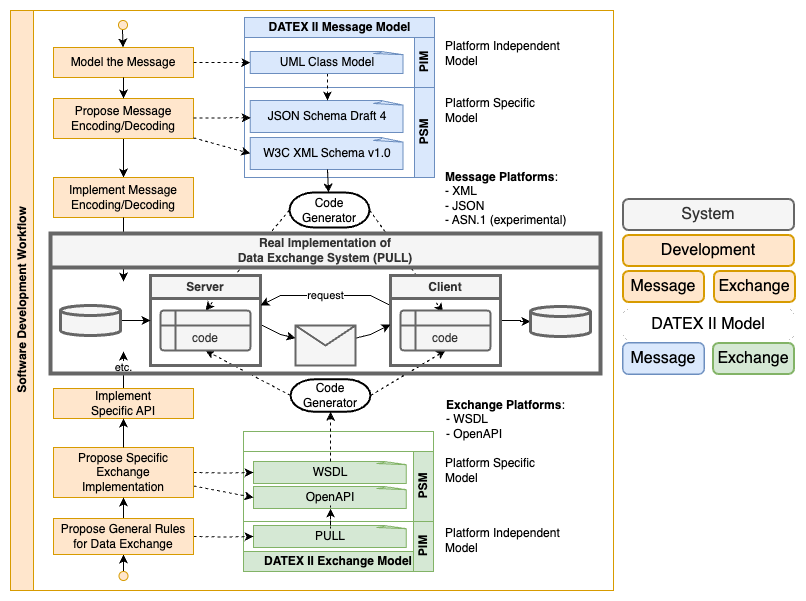
This is diagrams/d2-models/d2-models.drawio.png from DATEX-II-EU/2023-webinar2, a draw.io export, as it was before one commit. Source tidied: cells renumbered, new cells last; positions are measured from the earlier drawing's top-left corner, leaving out a move shared by most shapes.
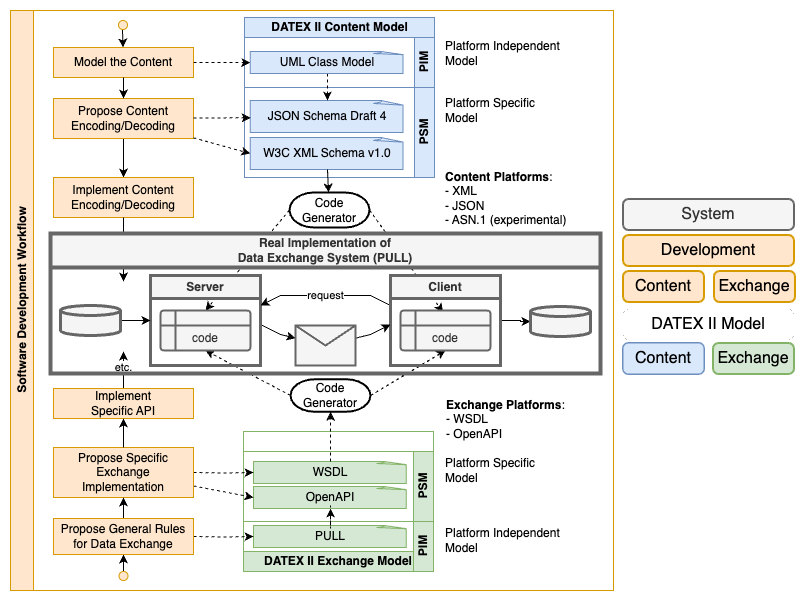
After the commit.

Commit message:
diagram/d2-models: message->content

What changed in the source:
```diff
@@ -2,13 +2,13 @@
   <root>
     <mxCell id="0" />
     <mxCell id="1" value="toggles" parent="0" />
-    <mxCell id="2" value="Message" style="html=1;shadow=0;dashed=0;shape=mxgraph.bootstrap.rrect;rSize=5;strokeColor=#d79b00;strokeWidth=3;fillColor=#ffe6cc;whiteSpace=wrap;align=center;verticalAlign=middle;spacingLeft=0;fontStyle=1;fontSize=16;spacing=5;" parent="1" vertex="1">
+    <mxCell id="2" value="Content" style="html=1;shadow=0;dashed=0;shape=mxgraph.bootstrap.rrect;rSize=5;strokeColor=#d79b00;strokeWidth=3;fillColor=#ffe6cc;whiteSpace=wrap;align=center;verticalAlign=middle;spacingLeft=0;fontStyle=1;fontSize=16;spacing=5;" parent="1" vertex="1">
       <mxGeometry x="613" y="261" width="80" height="30" as="geometry" />
     </mxCell>
     <mxCell id="3" value="Exchange" style="html=1;shadow=0;dashed=0;shape=mxgraph.bootstrap.rrect;rSize=5;strokeColor=#d79b00;strokeWidth=3;fillColor=#ffe6cc;whiteSpace=wrap;align=center;verticalAlign=middle;spacingLeft=0;fontStyle=1;fontSize=16;spacing=5;" parent="1" vertex="1">
       <mxGeometry x="704" y="261" width="80" height="30" as="geometry" />
     </mxCell>
-    <mxCell id="4" value="Message" style="html=1;shadow=0;dashed=0;shape=mxgraph.bootstrap.rrect;rSize=5;strokeColor=#6c8ebf;strokeWidth=3;fillColor=#dae8fc;whiteSpace=wrap;align=center;verticalAlign=middle;spacingLeft=0;fontStyle=1;fontSize=16;spacing=5;" parent="1" vertex="1">
+    <mxCell id="4" value="Content" style="html=1;shadow=0;dashed=0;shape=mxgraph.bootstrap.rrect;rSize=5;strokeColor=#6c8ebf;strokeWidth=3;fillColor=#dae8fc;whiteSpace=wrap;align=center;verticalAlign=middle;spacingLeft=0;fontStyle=1;fontSize=16;spacing=5;" parent="1" vertex="1">
       <mxGeometry x="613" y="333" width="80" height="30" as="geometry" />
     </mxCell>
     <mxCell id="5" value="Exchange" style="html=1;shadow=0;dashed=0;shape=mxgraph.bootstrap.rrect;rSize=5;strokeColor=#82b366;strokeWidth=3;fillColor=#d5e8d4;whiteSpace=wrap;align=center;verticalAlign=middle;spacingLeft=0;fontStyle=1;fontSize=16;spacing=5;" parent="1" vertex="1">
@@ -23,6 +23,18 @@
     <mxCell id="8" value="DATEX II Model" style="html=1;shadow=0;dashed=0;shape=mxgraph.bootstrap.rrect;rSize=5;strokeWidth=0;whiteSpace=wrap;align=center;verticalAlign=middle;spacingLeft=0;fontStyle=0;fontSize=16;spacing=5;" parent="1" vertex="1">
       <mxGeometry x="613" y="299" width="170" height="30" as="geometry" />
     </mxCell>
+    <mxCell id="90" parent="0" />
+    <mxCell id="91" style="edgeStyle=none;rounded=0;orthogonalLoop=1;jettySize=auto;html=1;exitX=0.5;exitY=1;exitDx=0;exitDy=0;exitPerimeter=0;" parent="90" edge="1">
+      <mxGeometry relative="1" as="geometry">
+        <mxPoint x="320" y="401.2" as="sourcePoint" />
+        <mxPoint x="320" y="401.2" as="targetPoint" />
+      </mxGeometry>
+    </mxCell>
+    <mxCell id="92" style="edgeStyle=orthogonalEdgeStyle;rounded=0;orthogonalLoop=1;jettySize=auto;html=1;exitX=0.5;exitY=1;exitDx=0;exitDy=0;exitPerimeter=0;entryX=0.5;entryY=0;entryDx=0;entryDy=0;entryPerimeter=0;dashed=1;" parent="90" edge="1">
+      <mxGeometry relative="1" as="geometry">
+        <mxPoint x="315" y="182" as="targetPoint" />
+      </mxGeometry>
+    </mxCell>
     <mxCell id="9" value="d2-exchange-model" parent="0" />
     <mxCell id="10" value="DATEX II Exchange Model" style="swimlane;html=1;horizontal=1;startSize=20;whiteSpace=wrap;flipV=1;flipH=0;fillColor=#d5e8d4;strokeColor=#82b366;" parent="9" vertex="1">
       <mxGeometry x="233" y="421" width="190" height="140" as="geometry" />
@@ -45,14 +57,14 @@
     <mxCell id="16" value="Platform&amp;nbsp;Specific&lt;br&gt;Model" style="text;html=1;align=left;verticalAlign=middle;strokeColor=none;fillColor=none;" parent="9" vertex="1">
       <mxGeometry x="433" y="440" width="110" height="40" as="geometry" />
     </mxCell>
-    <mxCell id="17" value="d2-message-model" parent="0" />
+    <mxCell id="93" value="d2-content-model" parent="0" />
-    <mxCell id="18" value="&lt;b&gt;Message Platforms&lt;/b&gt;:&lt;br&gt;- XML&lt;br&gt;- JSON&lt;br&gt;- ASN.1 (experimental)" style="text;html=1;align=left;verticalAlign=middle;strokeColor=none;fillColor=none;" parent="17" vertex="1">
+    <mxCell id="18" value="&lt;b&gt;Content Platforms&lt;/b&gt;:&lt;br&gt;- XML&lt;br&gt;- JSON&lt;br&gt;- ASN.1 (experimental)" style="text;html=1;align=left;verticalAlign=middle;strokeColor=none;fillColor=none;" parent="93" vertex="1">
       <mxGeometry x="433" y="153" width="140" height="70" as="geometry" />
     </mxCell>
-    <mxCell id="19" style="group;flipH=1;fillColor=none;strokeColor=#6c8ebf;" parent="17" vertex="1">
+    <mxCell id="19" style="group;flipH=1;fillColor=none;strokeColor=#6c8ebf;" parent="93" vertex="1">
       <mxGeometry x="234" y="7" width="190" height="160" as="geometry" />
     </mxCell>
-    <mxCell id="20" value="DATEX II Message Model" style="swimlane;horizontal=1;startSize=20;html=1;fillColor=#dae8fc;strokeColor=#6c8ebf;" parent="19" vertex="1">
+    <mxCell id="20" value="DATEX II Content Model" style="swimlane;horizontal=1;startSize=20;html=1;fillColor=#dae8fc;strokeColor=#6c8ebf;" parent="19" vertex="1">
       <mxGeometry width="190" height="70" as="geometry" />
     </mxCell>
     <mxCell id="21" value="PSM" style="swimlane;startSize=20;horizontal=0;html=1;flipH=1;fillColor=#dae8fc;strokeColor=#6c8ebf;" parent="19" vertex="1">
@@ -61,13 +73,13 @@
     <mxCell id="22" value="PIM" style="swimlane;startSize=20;horizontal=0;html=1;flipH=1;fillColor=#dae8fc;strokeColor=#6c8ebf;" parent="19" vertex="1">
       <mxGeometry y="20" width="190" height="50" as="geometry" />
     </mxCell>
-    <mxCell id="23" value="Message" style="html=1;shadow=0;dashed=0;shape=mxgraph.bootstrap.rrect;rSize=5;strokeColor=#6c8ebf;strokeWidth=0;fillColor=#dae8fc;whiteSpace=wrap;align=center;verticalAlign=middle;spacingLeft=0;fontStyle=0;fontSize=16;spacing=5;" parent="17" vertex="1">
+    <mxCell id="23" value="Content" style="html=1;shadow=0;dashed=0;shape=mxgraph.bootstrap.rrect;rSize=5;strokeColor=#6c8ebf;strokeWidth=0;fillColor=#dae8fc;whiteSpace=wrap;align=center;verticalAlign=middle;spacingLeft=0;fontStyle=0;fontSize=16;spacing=5;" parent="93" vertex="1">
       <mxGeometry x="613" y="333" width="80" height="30" as="geometry" />
     </mxCell>
-    <mxCell id="24" value="Platform&amp;nbsp;Specific&lt;br&gt;Model" style="text;html=1;align=left;verticalAlign=middle;strokeColor=none;fillColor=none;" parent="17" vertex="1">
+    <mxCell id="24" value="Platform&amp;nbsp;Specific&lt;br&gt;Model" style="text;html=1;align=left;verticalAlign=middle;strokeColor=none;fillColor=none;" parent="93" vertex="1">
       <mxGeometry x="433" y="80" width="110" height="40" as="geometry" />
     </mxCell>
-    <mxCell id="25" value="Platform Independent&lt;br&gt;Model" style="text;html=1;align=left;verticalAlign=middle;strokeColor=none;fillColor=none;" parent="17" vertex="1">
+    <mxCell id="25" value="Platform Independent&lt;br&gt;Model" style="text;html=1;align=left;verticalAlign=middle;strokeColor=none;fillColor=none;" parent="93" vertex="1">
       <mxGeometry x="433" y="23" width="140" height="40" as="geometry" />
     </mxCell>
     <mxCell id="26" value="development-exchange" parent="0" />
@@ -149,91 +161,91 @@
     <mxCell id="47" value="Exchange" style="html=1;shadow=0;dashed=0;shape=mxgraph.bootstrap.rrect;rSize=5;strokeColor=#d79b00;strokeWidth=1;fillColor=#ffe6cc;whiteSpace=wrap;align=center;verticalAlign=middle;spacingLeft=0;fontStyle=0;fontSize=16;spacing=5;" parent="26" vertex="1">
       <mxGeometry x="704" y="261" width="80" height="30" as="geometry" />
     </mxCell>
-    <mxCell id="48" value="development-message-model" parent="0" />
+    <mxCell id="94" value="development-content-model" parent="0" />
-    <mxCell id="49" style="edgeStyle=none;rounded=0;jettySize=auto;html=1;dashed=1;entryX=0.472;entryY=0.042;entryDx=0;entryDy=0;entryPerimeter=0;exitX=1;exitY=0.5;exitDx=0;exitDy=0;exitPerimeter=0;" parent="48" edge="1" source="51">
+    <mxCell id="49" style="edgeStyle=none;rounded=0;jettySize=auto;html=1;dashed=1;entryX=0.472;entryY=0.042;entryDx=0;entryDy=0;entryPerimeter=0;exitX=1;exitY=0.5;exitDx=0;exitDy=0;exitPerimeter=0;" parent="94" edge="1" source="51">
       <mxGeometry relative="1" as="geometry">
         <mxPoint x="432.5" y="301.7" as="targetPoint" />
       </mxGeometry>
     </mxCell>
-    <mxCell id="50" style="edgeStyle=none;rounded=0;jettySize=auto;html=1;dashed=1;entryX=0.5;entryY=0;entryDx=0;entryDy=0;exitX=0;exitY=0.5;exitDx=0;exitDy=0;exitPerimeter=0;" parent="48" edge="1" source="51">
+    <mxCell id="50" style="edgeStyle=none;rounded=0;jettySize=auto;html=1;dashed=1;entryX=0.5;entryY=0;entryDx=0;entryDy=0;exitX=0;exitY=0.5;exitDx=0;exitDy=0;exitPerimeter=0;" parent="94" edge="1" source="51">
       <mxGeometry relative="1" as="geometry">
         <mxPoint x="195" y="300" as="targetPoint" />
       </mxGeometry>
     </mxCell>
-    <mxCell id="51" value="Code&lt;br&gt;Generator" style="strokeWidth=2;html=1;shape=mxgraph.flowchart.terminator;whiteSpace=wrap;" parent="48" vertex="1">
+    <mxCell id="51" value="Code&lt;br&gt;Generator" style="strokeWidth=2;html=1;shape=mxgraph.flowchart.terminator;whiteSpace=wrap;" parent="94" vertex="1">
       <mxGeometry x="279" y="182" width="80" height="35" as="geometry" />
     </mxCell>
-    <mxCell id="52" value="JSON Schema Draft 4" style="whiteSpace=wrap;html=1;shape=mxgraph.basic.document;fillColor=#dae8fc;strokeColor=#6c8ebf;" parent="48" vertex="1">
+    <mxCell id="52" value="JSON Schema Draft 4" style="whiteSpace=wrap;html=1;shape=mxgraph.basic.document;fillColor=#dae8fc;strokeColor=#6c8ebf;" parent="94" vertex="1">
       <mxGeometry x="239.8" y="90" width="154.2" height="32" as="geometry" />
     </mxCell>
-    <mxCell id="53" value="W3C XML Schema v1.0" style="whiteSpace=wrap;html=1;shape=mxgraph.basic.document;fillColor=#dae8fc;strokeColor=#6c8ebf;" parent="48" vertex="1">
+    <mxCell id="53" value="W3C XML Schema v1.0" style="whiteSpace=wrap;html=1;shape=mxgraph.basic.document;fillColor=#dae8fc;strokeColor=#6c8ebf;" parent="94" vertex="1">
       <mxGeometry x="239.8" y="127" width="154.2" height="32" as="geometry" />
     </mxCell>
-    <mxCell id="54" style="edgeStyle=orthogonalEdgeStyle;rounded=0;jettySize=auto;html=1;dashed=1;" parent="48" edge="1" source="55">
+    <mxCell id="54" style="edgeStyle=orthogonalEdgeStyle;rounded=0;jettySize=auto;html=1;dashed=1;" parent="94" edge="1" source="55">
       <mxGeometry relative="1" as="geometry">
         <mxPoint x="317" y="90" as="targetPoint" />
       </mxGeometry>
     </mxCell>
-    <mxCell id="55" value="UML Class Model" style="whiteSpace=wrap;html=1;shape=mxgraph.basic.document;fillColor=#dae8fc;strokeColor=#6c8ebf;" parent="48" vertex="1">
+    <mxCell id="55" value="UML Class Model" style="whiteSpace=wrap;html=1;shape=mxgraph.basic.document;fillColor=#dae8fc;strokeColor=#6c8ebf;" parent="94" vertex="1">
       <mxGeometry x="239.8" y="41" width="154.2" height="22" as="geometry" />
     </mxCell>
-    <mxCell id="56" style="edgeStyle=none;rounded=0;jettySize=auto;html=1;" parent="48" edge="1" target="57">
+    <mxCell id="56" style="edgeStyle=none;rounded=0;jettySize=auto;html=1;" parent="94" edge="1" target="57">
       <mxGeometry relative="1" as="geometry">
         <mxPoint x="112" y="19" as="sourcePoint" />
       </mxGeometry>
     </mxCell>
-    <mxCell id="57" value="Model the Message" style="rounded=0;whiteSpace=wrap;html=1;fillColor=#ffe6cc;strokeColor=#d79b00;" parent="48" vertex="1">
+    <mxCell id="57" value="Model the Content" style="rounded=0;whiteSpace=wrap;html=1;fillColor=#ffe6cc;strokeColor=#d79b00;" parent="94" vertex="1">
       <mxGeometry x="43" y="37" width="140" height="30" as="geometry" />
     </mxCell>
-    <mxCell id="58" style="edgeStyle=orthogonalEdgeStyle;rounded=0;jettySize=auto;html=1;" parent="48" edge="1" source="59" target="62">
+    <mxCell id="58" style="edgeStyle=orthogonalEdgeStyle;rounded=0;jettySize=auto;html=1;" parent="94" edge="1" source="59" target="62">
       <mxGeometry relative="1" as="geometry" />
     </mxCell>
-    <mxCell id="59" value="Propose Message Encoding/Decoding" style="rounded=0;whiteSpace=wrap;html=1;fillColor=#ffe6cc;strokeColor=#d79b00;" parent="48" vertex="1">
+    <mxCell id="59" value="Propose Content Encoding/Decoding" style="rounded=0;whiteSpace=wrap;html=1;fillColor=#ffe6cc;strokeColor=#d79b00;" parent="94" vertex="1">
       <mxGeometry x="43" y="88" width="140" height="40" as="geometry" />
     </mxCell>
-    <mxCell id="60" style="edgeStyle=orthogonalEdgeStyle;rounded=0;orthogonalLoop=1;jettySize=auto;html=1;exitX=0.5;exitY=1;exitDx=0;exitDy=0;" parent="48" edge="1" source="59" target="59">
+    <mxCell id="60" style="edgeStyle=orthogonalEdgeStyle;rounded=0;orthogonalLoop=1;jettySize=auto;html=1;exitX=0.5;exitY=1;exitDx=0;exitDy=0;" parent="94" edge="1" source="59" target="59">
       <mxGeometry relative="1" as="geometry" />
     </mxCell>
-    <mxCell id="61" style="edgeStyle=none;rounded=0;jettySize=auto;html=1;entryX=0.5;entryY=0;entryDx=0;entryDy=0;" parent="48" edge="1" source="57" target="59">
+    <mxCell id="61" style="edgeStyle=none;rounded=0;jettySize=auto;html=1;entryX=0.5;entryY=0;entryDx=0;entryDy=0;" parent="94" edge="1" source="57" target="59">
       <mxGeometry relative="1" as="geometry" />
     </mxCell>
-    <mxCell id="62" value="Implement Message&lt;br&gt;Encoding/Decoding" style="rounded=0;whiteSpace=wrap;html=1;fillColor=#ffe6cc;strokeColor=#d79b00;" parent="48" vertex="1">
+    <mxCell id="62" value="Implement Content&lt;br&gt;Encoding/Decoding" style="rounded=0;whiteSpace=wrap;html=1;fillColor=#ffe6cc;strokeColor=#d79b00;" parent="94" vertex="1">
       <mxGeometry x="43" y="167" width="140" height="40" as="geometry" />
     </mxCell>
-    <mxCell id="63" style="edgeStyle=none;rounded=0;orthogonalLoop=1;jettySize=auto;html=1;entryX=0.003;entryY=0.538;entryDx=0;entryDy=0;entryPerimeter=0;dashed=1;" parent="48" edge="1">
+    <mxCell id="63" style="edgeStyle=none;rounded=0;orthogonalLoop=1;jettySize=auto;html=1;entryX=0.003;entryY=0.538;entryDx=0;entryDy=0;entryPerimeter=0;dashed=1;" parent="94" edge="1">
       <mxGeometry relative="1" as="geometry">
         <mxPoint x="183" y="107.6" as="sourcePoint" />
         <mxPoint x="240.2" y="107.2" as="targetPoint" />
       </mxGeometry>
     </mxCell>
-    <mxCell id="64" style="rounded=0;orthogonalLoop=1;jettySize=auto;html=1;entryX=0;entryY=0.5;entryDx=0;entryDy=0;entryPerimeter=0;dashed=1;" parent="48" edge="1">
+    <mxCell id="64" style="rounded=0;orthogonalLoop=1;jettySize=auto;html=1;entryX=0;entryY=0.5;entryDx=0;entryDy=0;entryPerimeter=0;dashed=1;" parent="94" edge="1">
       <mxGeometry relative="1" as="geometry">
         <mxPoint x="183" y="127.3" as="sourcePoint" />
         <mxPoint x="239.8" y="143" as="targetPoint" />
       </mxGeometry>
     </mxCell>
-    <mxCell id="65" style="edgeStyle=orthogonalEdgeStyle;rounded=0;orthogonalLoop=1;jettySize=auto;html=1;dashed=1;" parent="48" edge="1">
+    <mxCell id="65" style="edgeStyle=orthogonalEdgeStyle;rounded=0;orthogonalLoop=1;jettySize=auto;html=1;dashed=1;" parent="94" edge="1">
       <mxGeometry relative="1" as="geometry">
         <mxPoint x="183" y="52" as="sourcePoint" />
         <mxPoint x="239.8" y="52" as="targetPoint" />
       </mxGeometry>
     </mxCell>
-    <mxCell id="66" value="etc." style="edgeStyle=none;rounded=0;orthogonalLoop=1;jettySize=auto;html=1;exitX=0.5;exitY=1;exitDx=0;exitDy=0;" parent="48" edge="1">
+    <mxCell id="66" value="etc." style="edgeStyle=none;rounded=0;orthogonalLoop=1;jettySize=auto;html=1;exitX=0.5;exitY=1;exitDx=0;exitDy=0;" parent="94" edge="1">
       <mxGeometry x="0.06" relative="1" as="geometry">
         <mxPoint x="113" y="207" as="sourcePoint" />
         <mxPoint x="113" y="271" as="targetPoint" />
       </mxGeometry>
     </mxCell>
-    <mxCell id="67" style="ellipse;whiteSpace=wrap;html=1;fillColor=#ffe6cc;strokeColor=#d79b00;" parent="48" vertex="1">
+    <mxCell id="67" style="ellipse;whiteSpace=wrap;html=1;fillColor=#ffe6cc;strokeColor=#d79b00;" parent="94" vertex="1">
       <mxGeometry x="108" y="10" width="9" height="9" as="geometry" />
     </mxCell>
-    <mxCell id="68" style="rounded=0;orthogonalLoop=1;jettySize=auto;html=1;" parent="48" edge="1">
+    <mxCell id="68" style="rounded=0;orthogonalLoop=1;jettySize=auto;html=1;" parent="94" edge="1">
       <mxGeometry relative="1" as="geometry">
         <mxPoint x="317" y="159" as="sourcePoint" />
         <mxPoint x="318" y="182" as="targetPoint" />
       </mxGeometry>
     </mxCell>
-    <mxCell id="69" value="Message" style="html=1;shadow=0;dashed=0;shape=mxgraph.bootstrap.rrect;rSize=5;strokeColor=#d79b00;strokeWidth=1;fillColor=#ffe6cc;whiteSpace=wrap;align=center;verticalAlign=middle;spacingLeft=0;fontStyle=0;fontSize=16;spacing=5;" parent="48" vertex="1">
+    <mxCell id="69" value="Content" style="html=1;shadow=0;dashed=0;shape=mxgraph.bootstrap.rrect;rSize=5;strokeColor=#d79b00;strokeWidth=1;fillColor=#ffe6cc;whiteSpace=wrap;align=center;verticalAlign=middle;spacingLeft=0;fontStyle=0;fontSize=16;spacing=5;" parent="94" vertex="1">
       <mxGeometry x="613" y="261" width="80" height="30" as="geometry" />
     </mxCell>
     <mxCell id="70" value="development" parent="0" />
```
